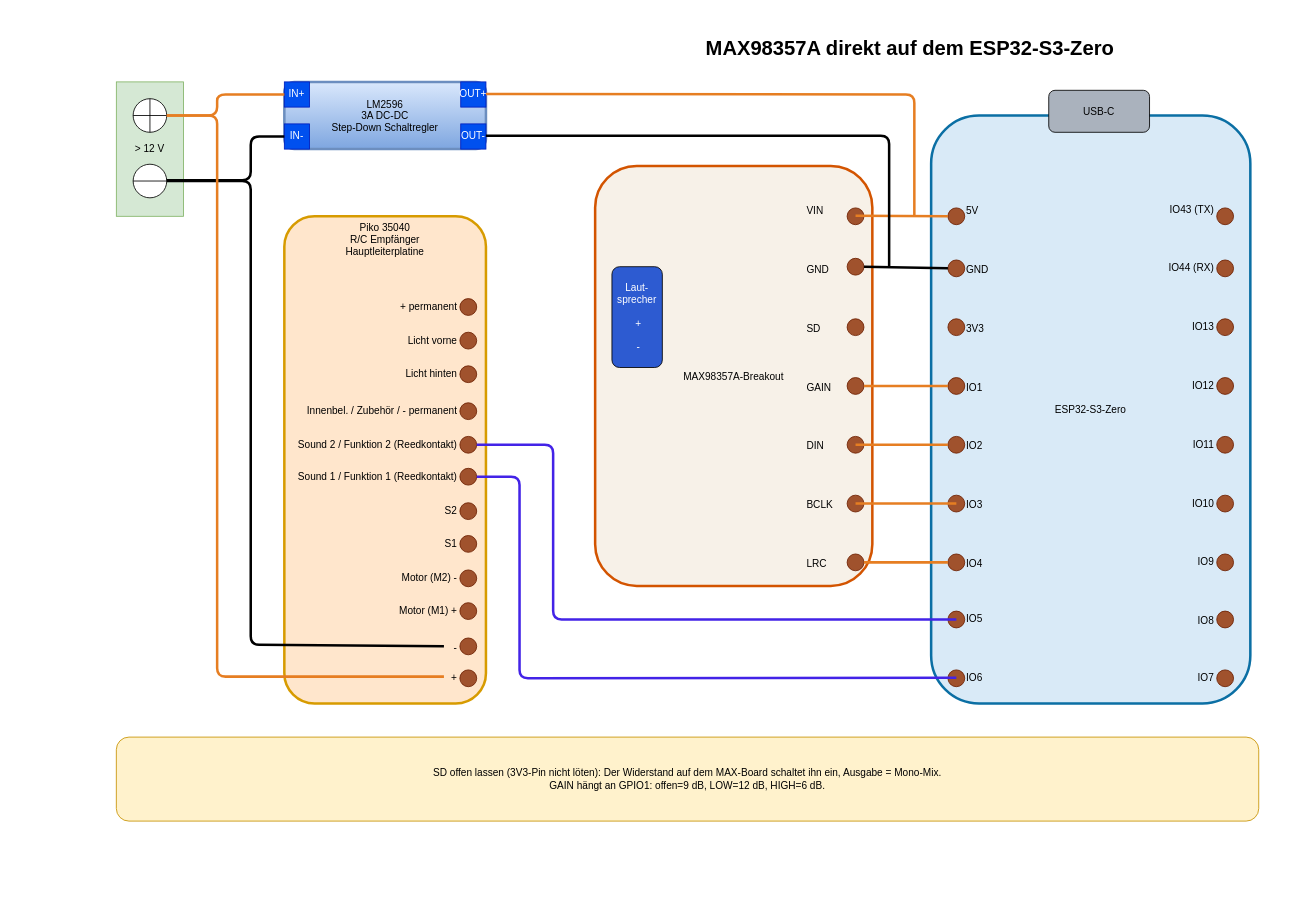
This is docs/hardware-bilder/verdrahtung_mit_piko35040.drawio from dl7mo-ham/ESP32-Sound-for-Piko-35040, a draw.io file, before an edit. Source tidied: cells renumbered, new cells numbered last; positions are measured from the earlier drawing's top-left corner, leaving out a move shared by most shapes. Both pictures are drawn from the tidied source at 84%, with x=0, y=0 at pixel (116, 31).
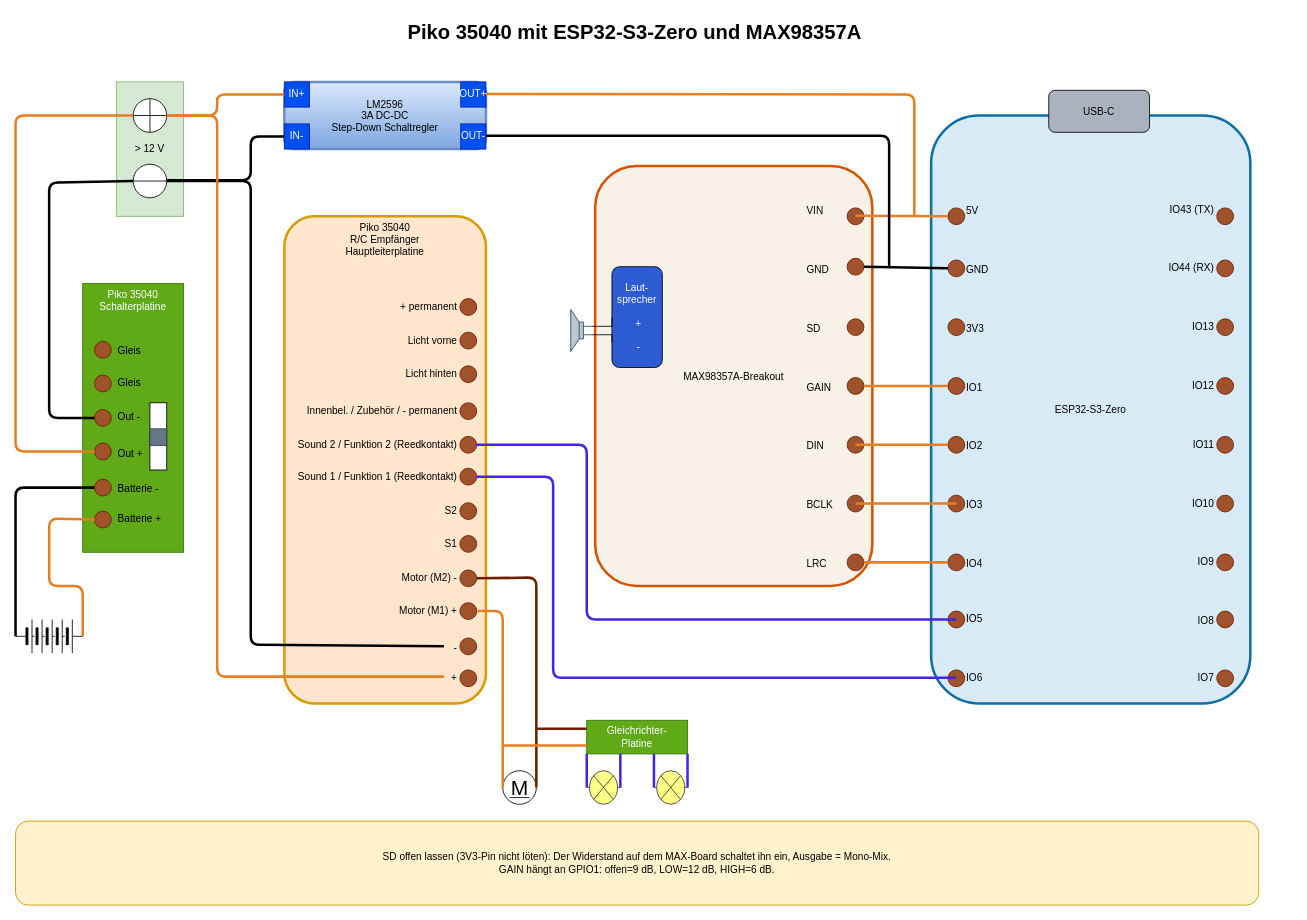
After the change.

Commit message (it also covers changes not shown here):
docs: Verdrahtung mit Piko 35040 im Diagramm erweitert

Unchanged cells that the change refers to:
```xml
<mxCell id="7" value="Laut-&#10;sprecher&#10;&#10; +&#10; &#10; -" style="rounded=1;fillColor=#2d5bd1;fontColor=#ffffff;" parent="1" vertex="1">
  <mxGeometry x="590" y="280" width="60" height="120" as="geometry" />
</mxCell>
<mxCell id="52" style="ellipse;whiteSpace=wrap;html=1;fillColor=#a0522d;fontColor=#ffffff;strokeColor=#6D1F00;" parent="1" vertex="1">
  <mxGeometry x="990" y="690" width="20" height="20" as="geometry" />
</mxCell>
<mxCell id="95" style="ellipse;whiteSpace=wrap;html=1;fillColor=#a0522d;fontColor=#ffffff;strokeColor=#6D1F00;" parent="1" vertex="1">
  <mxGeometry x="409" y="641" width="20" height="20" as="geometry" />
</mxCell>
<mxCell id="98" style="ellipse;whiteSpace=wrap;html=1;fillColor=#a0522d;fontColor=#ffffff;strokeColor=#6D1F00;" parent="1" vertex="1">
  <mxGeometry x="409" y="520" width="20" height="20" as="geometry" />
</mxCell>
<mxCell id="99" style="ellipse;whiteSpace=wrap;html=1;fillColor=#a0522d;fontColor=#ffffff;strokeColor=#6D1F00;" parent="1" vertex="1">
  <mxGeometry x="409" y="482" width="20" height="20" as="geometry" />
</mxCell>
<mxCell id="122" style="shape=orEllipse;perimeter=ellipsePerimeter;whiteSpace=wrap;html=1;backgroundOutline=1;" parent="1" vertex="1">
  <mxGeometry x="20" y="80" width="40" height="40" as="geometry" />
</mxCell>
<mxCell id="123" style="shape=lineEllipse;perimeter=ellipsePerimeter;whiteSpace=wrap;html=1;backgroundOutline=1;" parent="1" vertex="1">
  <mxGeometry x="20" y="158" width="40" height="40" as="geometry" />
</mxCell>
```

The edit, as a diff of the source:
```diff
@@
-    <mxCell id="3" value="MAX98357A direkt auf dem ESP32-S3-Zero" style="text;html=1;fontSize=24;fontStyle=1;" parent="1" vertex="1">
-      <mxGeometry x="700" width="700" height="40" as="geometry" />
+    <mxCell id="3" value="Piko 35040 mit ESP32-S3-Zero und MAX98357A&amp;nbsp;" style="text;html=1;fontSize=24;fontStyle=1;align=center;" parent="1" vertex="1">
+      <mxGeometry x="-120" y="-20" width="1480" height="40" as="geometry" />
     </mxCell>
@@
     <mxCell id="27" value="SD offen lassen (3V3-Pin nicht löten): Der Widerstand auf dem MAX-Board schaltet ihn ein, Ausgabe = Mono-Mix.&#10;GAIN hängt an GPIO1: offen=9 dB, LOW=12 dB, HIGH=6 dB." style="rounded=1;fillColor=#fff2cc;strokeColor=#c79200;whiteSpace=wrap;html=1;" parent="1" vertex="1">
-      <mxGeometry y="840" width="1360" height="100" as="geometry" />
+      <mxGeometry x="-120" y="940" width="1480" height="100" as="geometry" />
     </mxCell>
@@
     <mxCell id="127" style="endArrow=none;strokeWidth=3;strokeColor=light-dark(#4323e7, #c06617);exitX=1;exitY=0.5;exitDx=0;exitDy=0;" parent="1" edge="1" source="98">
       <mxGeometry relative="1" as="geometry">
         <mxPoint x="1000" y="769.4" as="targetPoint" />
         <Array as="points">
-          <mxPoint x="480" y="530" />
-          <mxPoint x="480" y="770" />
+          <mxPoint x="520" y="530" />
+          <mxPoint x="520" y="769.4" />
         </Array>
       </mxGeometry>
     </mxCell>
     <mxCell id="128" style="endArrow=none;strokeWidth=3;strokeColor=light-dark(#4323e7, #c06617);entryX=0.5;entryY=0.5;entryDx=0;entryDy=0;entryPerimeter=0;" parent="1" edge="1" source="99" target="52">
       <mxGeometry relative="1" as="geometry">
         <Array as="points">
-          <mxPoint x="520" y="492" />
-          <mxPoint x="520" y="700" />
+          <mxPoint x="560" y="492" />
+          <mxPoint x="560" y="700" />
         </Array>
       </mxGeometry>
     </mxCell>
+    <mxCell id="129" style="edgeStyle=orthogonalEdgeStyle;rounded=0;jettySize=auto;html=1;exitX=0;exitY=0.4;exitDx=0;exitDy=0;exitPerimeter=0;entryX=0;entryY=0.75;entryDx=0;entryDy=0;defaultLabelBackgroundColor=page;endArrow=none;endFill=0;" parent="1" edge="1" source="130" target="7">
+      <mxGeometry relative="1" as="geometry" />
+    </mxCell>
+    <mxCell id="130" style="verticalLabelPosition=bottom;shadow=0;dashed=0;align=center;html=1;verticalAlign=top;shape=mxgraph.electrical.electro-mechanical.loudspeaker;labelPerimeter=1;direction=west;fillColor=#bac8d3;strokeColor=#23445d;" parent="1" vertex="1">
+      <mxGeometry x="541" y="331" width="25" height="50" as="geometry" />
+    </mxCell>
+    <mxCell id="131" style="edgeStyle=orthogonalEdgeStyle;rounded=0;jettySize=auto;html=1;exitX=0;exitY=0.6;exitDx=0;exitDy=0;exitPerimeter=0;entryX=0;entryY=0.5;entryDx=0;entryDy=0;defaultLabelBackgroundColor=page;endArrow=none;endFill=0;" parent="1" edge="1" source="130" target="7">
+      <mxGeometry x="0.02" relative="1" as="geometry" />
+    </mxCell>
+    <mxCell id="132" value="M" style="dashed=0;outlineConnect=0;align=center;html=1;shape=mxgraph.pid.engines.electric_motor_(dc);fontSize=25;" parent="1" vertex="1">
+      <mxGeometry x="460" y="880" width="40" height="40" as="geometry" />
+    </mxCell>
+    <mxCell id="133" style="endArrow=none;strokeWidth=3;strokeColor=#e67e22;entryX=0;entryY=0.5;entryDx=0;entryDy=0;entryPerimeter=0;" parent="1" edge="1" target="132">
+      <mxGeometry relative="1" as="geometry">
+        <mxPoint x="430" y="690" as="sourcePoint" />
+        <Array as="points">
+          <mxPoint x="460" y="690" />
+        </Array>
+      </mxGeometry>
+    </mxCell>
+    <mxCell id="134" style="endArrow=none;strokeWidth=3;strokeColor=#6D1F00;entryX=1;entryY=0.5;entryDx=0;entryDy=0;entryPerimeter=0;exitX=1;exitY=0.5;exitDx=0;exitDy=0;fillColor=#a0522d;" parent="1" edge="1" source="95" target="132">
+      <mxGeometry x="0.28" relative="1" as="geometry">
+        <Array as="points">
+          <mxPoint x="500" y="650" />
+        </Array>
+      </mxGeometry>
+    </mxCell>
+    <mxCell id="135" value="Gleichrichter-&lt;div&gt;Platine&lt;/div&gt;" style="rounded=0;whiteSpace=wrap;html=1;fillColor=#60a917;fontColor=#ffffff;strokeColor=#2D7600;" parent="1" vertex="1">
+      <mxGeometry x="560" y="820" width="120" height="40" as="geometry" />
+    </mxCell>
+    <mxCell id="136" style="verticalLabelPosition=bottom;shadow=0;dashed=0;align=center;html=1;verticalAlign=top;shape=mxgraph.electrical.miscellaneous.light_bulb;labelPerimeter=1;fillColor=#ffff88;strokeColor=#36393d;" parent="1" vertex="1">
+      <mxGeometry x="640" y="880" width="40" height="40" as="geometry" />
+    </mxCell>
+    <mxCell id="137" style="verticalLabelPosition=bottom;shadow=0;dashed=0;align=center;html=1;verticalAlign=top;shape=mxgraph.electrical.miscellaneous.light_bulb;labelPerimeter=1;fillColor=#ffff88;strokeColor=#36393d;" parent="1" vertex="1">
+      <mxGeometry x="560" y="880" width="40" height="40" as="geometry" />
+    </mxCell>
+    <mxCell id="138" style="endArrow=none;strokeWidth=3;strokeColor=#e67e22;entryX=0;entryY=0.75;entryDx=0;entryDy=0;" parent="1" edge="1" target="135">
+      <mxGeometry x="0.05" relative="1" as="geometry">
+        <mxPoint x="460" y="850" as="sourcePoint" />
+      </mxGeometry>
+    </mxCell>
+    <mxCell id="139" style="endArrow=none;strokeWidth=3;strokeColor=#6D1F00;entryX=0;entryY=0.25;entryDx=0;entryDy=0;fillColor=#a0522d;" parent="1" edge="1" target="135">
+      <mxGeometry x="0.3" relative="1" as="geometry">
+        <mxPoint x="500" y="830" as="sourcePoint" />
+      </mxGeometry>
+    </mxCell>
+    <mxCell id="140" style="endArrow=none;strokeWidth=3;strokeColor=light-dark(#4323e7, #c06617);exitX=1;exitY=1;exitDx=0;exitDy=0;entryX=1;entryY=0.5;entryDx=0;entryDy=0;entryPerimeter=0;" parent="1" edge="1" source="135" target="136">
+      <mxGeometry x="0.09" relative="1" as="geometry" />
+    </mxCell>
+    <mxCell id="141" style="endArrow=none;strokeWidth=3;strokeColor=light-dark(#4323e7, #c06617);exitX=1;exitY=1;exitDx=0;exitDy=0;entryX=1;entryY=0.5;entryDx=0;entryDy=0;entryPerimeter=0;" parent="1" edge="1">
+      <mxGeometry x="0.09" relative="1" as="geometry">
+        <mxPoint x="640" y="860" as="sourcePoint" />
+        <mxPoint x="640" y="900" as="targetPoint" />
+      </mxGeometry>
+    </mxCell>
+    <mxCell id="142" style="endArrow=none;strokeWidth=3;strokeColor=light-dark(#4323e7, #c06617);exitX=1;exitY=1;exitDx=0;exitDy=0;entryX=1;entryY=0.5;entryDx=0;entryDy=0;entryPerimeter=0;" parent="1" edge="1">
+      <mxGeometry x="0.09" relative="1" as="geometry">
+        <mxPoint x="600" y="860" as="sourcePoint" />
+        <mxPoint x="600" y="900" as="targetPoint" />
+      </mxGeometry>
+    </mxCell>
+    <mxCell id="143" style="endArrow=none;strokeWidth=3;strokeColor=light-dark(#4323e7, #c06617);exitX=1;exitY=1;exitDx=0;exitDy=0;entryX=1;entryY=0.5;entryDx=0;entryDy=0;entryPerimeter=0;" parent="1" edge="1">
+      <mxGeometry x="0.09" relative="1" as="geometry">
+        <mxPoint x="560" y="860" as="sourcePoint" />
+        <mxPoint x="560" y="900" as="targetPoint" />
+      </mxGeometry>
+    </mxCell>
+    <mxCell id="144" value="Piko 35040&lt;div&gt;Schalterplatine&lt;/div&gt;" style="rounded=0;whiteSpace=wrap;html=1;fillColor=#60a917;fontColor=#ffffff;strokeColor=#2D7600;verticalAlign=top;" parent="1" vertex="1">
+      <mxGeometry x="-40" y="300" width="120" height="320" as="geometry" />
+    </mxCell>
+    <mxCell id="145" style="endArrow=none;strokeWidth=3;strokeColor=#e67e22;" parent="1" edge="1" source="149">
+      <mxGeometry relative="1" as="geometry">
+        <mxPoint x="-16" y="543" as="targetPoint" />
+      </mxGeometry>
+    </mxCell>
+    <mxCell id="146" style="endArrow=none;strokeWidth=3;strokeColor=#e67e22;" parent="1" edge="1" source="148">
+      <mxGeometry relative="1" as="geometry">
+        <mxPoint x="-16" y="581" as="targetPoint" />
+      </mxGeometry>
+    </mxCell>
+    <mxCell id="147" style="endArrow=none;strokeWidth=3;strokeColor=#e67e22;" parent="1" edge="1" source="150">
+      <mxGeometry relative="1" as="geometry">
+        <mxPoint x="-16" y="502.4" as="targetPoint" />
+      </mxGeometry>
+    </mxCell>
+    <mxCell id="148" style="ellipse;whiteSpace=wrap;html=1;fillColor=#a0522d;fontColor=#ffffff;strokeColor=#6D1F00;" parent="1" vertex="1">
+      <mxGeometry x="-26" y="571" width="20" height="20" as="geometry" />
+    </mxCell>
+    <mxCell id="149" style="ellipse;whiteSpace=wrap;html=1;fillColor=#a0522d;fontColor=#ffffff;strokeColor=#6D1F00;" parent="1" vertex="1">
+      <mxGeometry x="-26" y="533" width="20" height="20" as="geometry" />
+    </mxCell>
+    <mxCell id="150" style="ellipse;whiteSpace=wrap;html=1;fillColor=#a0522d;fontColor=#ffffff;strokeColor=#6D1F00;" parent="1" vertex="1">
+      <mxGeometry x="-26" y="490" width="20" height="20" as="geometry" />
+    </mxCell>
+    <mxCell id="151" style="endArrow=none;strokeWidth=3;strokeColor=#e67e22;" parent="1" edge="1" source="152">
+      <mxGeometry relative="1" as="geometry">
+        <mxPoint x="-16" y="458.4" as="targetPoint" />
+      </mxGeometry>
+    </mxCell>
+    <mxCell id="152" style="ellipse;whiteSpace=wrap;html=1;fillColor=#a0522d;fontColor=#ffffff;strokeColor=#6D1F00;" parent="1" vertex="1">
+      <mxGeometry x="-26" y="450" width="20" height="20" as="geometry" />
+    </mxCell>
+    <mxCell id="153" style="endArrow=none;strokeWidth=3;strokeColor=#e67e22;" parent="1" edge="1" source="154">
+      <mxGeometry relative="1" as="geometry">
+        <mxPoint x="-16" y="418.4" as="targetPoint" />
+      </mxGeometry>
+    </mxCell>
+    <mxCell id="154" style="ellipse;whiteSpace=wrap;html=1;fillColor=#a0522d;fontColor=#ffffff;strokeColor=#6D1F00;" parent="1" vertex="1">
+      <mxGeometry x="-26" y="409" width="20" height="20" as="geometry" />
+    </mxCell>
+    <mxCell id="155" style="endArrow=none;strokeWidth=3;strokeColor=#e67e22;" parent="1" edge="1" source="156">
+      <mxGeometry relative="1" as="geometry">
+        <mxPoint x="-16" y="378.4" as="targetPoint" />
+      </mxGeometry>
+    </mxCell>
+    <mxCell id="156" style="ellipse;whiteSpace=wrap;html=1;fillColor=#a0522d;fontColor=#ffffff;strokeColor=#6D1F00;" parent="1" vertex="1">
+      <mxGeometry x="-26" y="369" width="20" height="20" as="geometry" />
+    </mxCell>
+    <mxCell id="157" style="rounded=0;whiteSpace=wrap;html=1;" parent="1" vertex="1">
+      <mxGeometry x="40" y="442" width="20" height="80" as="geometry" />
+    </mxCell>
+    <mxCell id="158" style="rounded=0;whiteSpace=wrap;html=1;fillColor=#647687;fontColor=#ffffff;strokeColor=#314354;" parent="1" vertex="1">
+      <mxGeometry x="40" y="473" width="20" height="20" as="geometry" />
+    </mxCell>
+    <mxCell id="159" value="Gleis" style="text;html=1;" parent="1" vertex="1">
+      <mxGeometry y="367" width="80" height="24" as="geometry" />
+    </mxCell>
+    <mxCell id="160" value="Gleis" style="text;html=1;" parent="1" vertex="1">
+      <mxGeometry y="405" width="80" height="24" as="geometry" />
+    </mxCell>
+    <mxCell id="161" value="Out -" style="text;html=1;" parent="1" vertex="1">
+      <mxGeometry y="445" width="80" height="24" as="geometry" />
+    </mxCell>
+    <mxCell id="162" value="Out +" style="text;html=1;" parent="1" vertex="1">
+      <mxGeometry y="489" width="80" height="24" as="geometry" />
+    </mxCell>
+    <mxCell id="163" value="Batterie -" style="text;html=1;" parent="1" vertex="1">
+      <mxGeometry y="531" width="80" height="24" as="geometry" />
+    </mxCell>
+    <mxCell id="164" value="Batterie +" style="text;html=1;" parent="1" vertex="1">
+      <mxGeometry y="567" width="80" height="24" as="geometry" />
+    </mxCell>
+    <mxCell id="165" style="endArrow=none;strokeWidth=3;strokeColor=#000000;entryX=0;entryY=0.5;entryDx=0;entryDy=0;exitX=0;exitY=0.5;exitDx=0;exitDy=0;" parent="1" edge="1" source="152" target="123">
+      <mxGeometry x="0.04" relative="1" as="geometry">
+        <Array as="points">
+          <mxPoint x="-80" y="460" />
+          <mxPoint x="-80" y="180" />
+        </Array>
+      </mxGeometry>
+    </mxCell>
+    <mxCell id="166" style="endArrow=none;strokeWidth=3;strokeColor=#e67e22;exitX=0;exitY=0.5;exitDx=0;exitDy=0;entryX=0;entryY=0.5;entryDx=0;entryDy=0;" parent="1" edge="1" source="122" target="150">
+      <mxGeometry x="-0.28" relative="1" as="geometry">
+        <Array as="points">
+          <mxPoint x="-120" y="100" />
+          <mxPoint x="-120" y="500" />
+        </Array>
+      </mxGeometry>
+    </mxCell>
+    <mxCell id="167" style="verticalLabelPosition=bottom;shadow=0;dashed=0;align=center;html=1;verticalAlign=top;shape=mxgraph.electrical.miscellaneous.batteryStack;labelPerimeter=1;" parent="1" vertex="1">
+      <mxGeometry x="-120" y="700" width="80" height="40" as="geometry" />
+    </mxCell>
+    <mxCell id="168" style="endArrow=none;strokeWidth=3;strokeColor=#e67e22;exitX=0;exitY=0.5;exitDx=0;exitDy=0;entryX=1;entryY=0.5;entryDx=0;entryDy=0;" parent="1" edge="1" source="148" target="167">
+      <mxGeometry x="-0.61" relative="1" as="geometry">
+        <Array as="points">
+          <mxPoint x="-80" y="580" />
+          <mxPoint x="-80" y="660" />
+          <mxPoint x="-40" y="660" />
+        </Array>
+      </mxGeometry>
+    </mxCell>
+    <mxCell id="169" style="endArrow=none;strokeWidth=3;strokeColor=#000000;entryX=0;entryY=0.5;entryDx=0;entryDy=0;exitX=0;exitY=0.5;exitDx=0;exitDy=0;" parent="1" edge="1" source="167" target="149">
+      <mxGeometry x="-0.02" relative="1" as="geometry">
+        <Array as="points">
+          <mxPoint x="-120" y="543" />
+        </Array>
+      </mxGeometry>
+    </mxCell>
```
